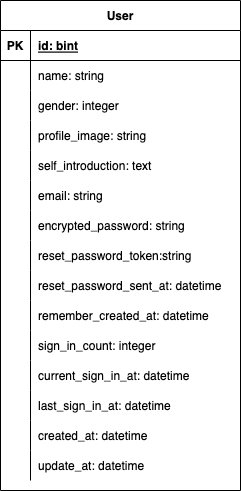
fumtas1k/match_app keeps this draw.io diagram as RD/ER.png. Above is the earlier version. Source tidied: cells renumbered, new cells last; positions are measured from the earlier drawing's top-left corner, leaving out a move shared by most shapes. Source of this version:
```xml
<mxGraphModel background="#FFFFFF">
  <root>
    <mxCell id="0" />
    <mxCell id="1" parent="0" />
    <mxCell id="2" value="User" style="shape=table;startSize=30;rowLines=0;fontStyle=1;align=center;" parent="1" vertex="1">
      <mxGeometry width="240" height="490" as="geometry" />
    </mxCell>
    <mxCell id="3" style="shape=partialRectangle;fillColor=none;top=0;left=0;bottom=1;right=0;points=[[0,0.5],[1,0.5]];portConstraint=eastwest;" parent="2" vertex="1">
      <mxGeometry y="30" width="240" height="30" as="geometry" />
    </mxCell>
    <mxCell id="4" value="PK" style="shape=partialRectangle;fillColor=none;top=0;left=0;bottom=0;right=0;fontStyle=1;overflow=hidden;" parent="3" vertex="1">
      <mxGeometry width="30" height="30" as="geometry" />
    </mxCell>
    <mxCell id="5" value="id: bint" style="shape=partialRectangle;fillColor=none;top=0;left=0;bottom=0;right=0;align=left;spacingLeft=6;fontStyle=5;overflow=hidden;" parent="3" vertex="1">
      <mxGeometry x="30" width="210" height="30" as="geometry" />
    </mxCell>
    <mxCell id="6" style="shape=partialRectangle;fillColor=none;top=0;left=0;bottom=0;right=0;" parent="2" vertex="1">
      <mxGeometry y="60" width="240" height="30" as="geometry" />
    </mxCell>
    <mxCell id="7" style="shape=partialRectangle;fillColor=none;top=0;left=0;bottom=0;right=0;overflow=hidden;" parent="6" vertex="1">
      <mxGeometry width="30" height="30" as="geometry" />
    </mxCell>
    <mxCell id="8" value="name: string" style="shape=partialRectangle;fillColor=none;top=0;left=0;bottom=0;right=0;align=left;spacingLeft=6;overflow=hidden;" parent="6" vertex="1">
      <mxGeometry x="30" width="210" height="30" as="geometry" />
    </mxCell>
    <mxCell id="9" style="shape=partialRectangle;fillColor=none;top=0;left=0;bottom=0;right=0;" parent="2" vertex="1">
      <mxGeometry y="90" width="240" height="30" as="geometry" />
    </mxCell>
    <mxCell id="10" style="shape=partialRectangle;fillColor=none;top=0;left=0;bottom=0;right=0;overflow=hidden;" parent="9" vertex="1">
      <mxGeometry width="30" height="30" as="geometry" />
    </mxCell>
    <mxCell id="11" value="gender: integer" style="shape=partialRectangle;fillColor=none;top=0;left=0;bottom=0;right=0;align=left;spacingLeft=6;overflow=hidden;" parent="9" vertex="1">
      <mxGeometry x="30" width="210" height="30" as="geometry" />
    </mxCell>
    <mxCell id="12" style="shape=partialRectangle;fillColor=none;top=0;left=0;bottom=0;right=0;" parent="2" vertex="1">
      <mxGeometry y="120" width="240" height="30" as="geometry" />
    </mxCell>
    <mxCell id="13" style="shape=partialRectangle;fillColor=none;top=0;left=0;bottom=0;right=0;overflow=hidden;" parent="12" vertex="1">
      <mxGeometry width="30" height="30" as="geometry" />
    </mxCell>
    <mxCell id="14" value="profile_image: string" style="shape=partialRectangle;fillColor=none;top=0;left=0;bottom=0;right=0;align=left;spacingLeft=6;overflow=hidden;" parent="12" vertex="1">
      <mxGeometry x="30" width="210" height="30" as="geometry" />
    </mxCell>
    <mxCell id="15" style="shape=partialRectangle;fillColor=none;top=0;left=0;bottom=0;right=0;" parent="2" vertex="1">
      <mxGeometry y="150" width="240" height="30" as="geometry" />
    </mxCell>
    <mxCell id="16" style="shape=partialRectangle;fillColor=none;top=0;left=0;bottom=0;right=0;overflow=hidden;" parent="15" vertex="1">
      <mxGeometry width="30" height="30" as="geometry" />
    </mxCell>
    <mxCell id="17" value="self_introduction: text" style="shape=partialRectangle;fillColor=none;top=0;left=0;bottom=0;right=0;align=left;spacingLeft=6;overflow=hidden;" parent="15" vertex="1">
      <mxGeometry x="30" width="210" height="30" as="geometry" />
    </mxCell>
    <mxCell id="18" style="shape=partialRectangle;fillColor=none;top=0;left=0;bottom=0;right=0;" parent="2" vertex="1">
      <mxGeometry y="180" width="240" height="30" as="geometry" />
    </mxCell>
    <mxCell id="19" style="shape=partialRectangle;fillColor=none;top=0;left=0;bottom=0;right=0;overflow=hidden;" parent="18" vertex="1">
      <mxGeometry width="30" height="30" as="geometry" />
    </mxCell>
    <mxCell id="20" value="email: string" style="shape=partialRectangle;fillColor=none;top=0;left=0;bottom=0;right=0;align=left;spacingLeft=6;overflow=hidden;" parent="18" vertex="1">
      <mxGeometry x="30" width="210" height="30" as="geometry" />
    </mxCell>
    <mxCell id="21" style="shape=partialRectangle;fillColor=none;top=0;left=0;bottom=0;right=0;" parent="2" vertex="1">
      <mxGeometry y="210" width="240" height="30" as="geometry" />
    </mxCell>
    <mxCell id="22" style="shape=partialRectangle;fillColor=none;top=0;left=0;bottom=0;right=0;overflow=hidden;" parent="21" vertex="1">
      <mxGeometry width="30" height="30" as="geometry" />
    </mxCell>
    <mxCell id="23" value="encrypted_password: string" style="shape=partialRectangle;fillColor=none;top=0;left=0;bottom=0;right=0;align=left;spacingLeft=6;overflow=hidden;" parent="21" vertex="1">
      <mxGeometry x="30" width="210" height="30" as="geometry" />
    </mxCell>
    <mxCell id="24" style="shape=partialRectangle;fillColor=none;top=0;left=0;bottom=0;right=0;" parent="2" vertex="1">
      <mxGeometry y="240" width="240" height="30" as="geometry" />
    </mxCell>
    <mxCell id="25" style="shape=partialRectangle;fillColor=none;top=0;left=0;bottom=0;right=0;overflow=hidden;" parent="24" vertex="1">
      <mxGeometry width="30" height="30" as="geometry" />
    </mxCell>
    <mxCell id="26" value="reset_password_token:string" style="shape=partialRectangle;fillColor=none;top=0;left=0;bottom=0;right=0;align=left;spacingLeft=6;overflow=hidden;" parent="24" vertex="1">
      <mxGeometry x="30" width="210" height="30" as="geometry" />
    </mxCell>
    <mxCell id="27" style="shape=partialRectangle;fillColor=none;top=0;left=0;bottom=0;right=0;" parent="2" vertex="1">
      <mxGeometry y="270" width="240" height="30" as="geometry" />
    </mxCell>
    <mxCell id="28" style="shape=partialRectangle;fillColor=none;top=0;left=0;bottom=0;right=0;overflow=hidden;" parent="27" vertex="1">
      <mxGeometry width="30" height="30" as="geometry" />
    </mxCell>
    <mxCell id="29" value="reset_password_sent_at: datetime" style="shape=partialRectangle;fillColor=none;top=0;left=0;bottom=0;right=0;align=left;spacingLeft=6;overflow=hidden;" parent="27" vertex="1">
      <mxGeometry x="30" width="210" height="30" as="geometry" />
    </mxCell>
    <mxCell id="30" style="shape=partialRectangle;fillColor=none;top=0;left=0;bottom=0;right=0;" parent="2" vertex="1">
      <mxGeometry y="300" width="240" height="30" as="geometry" />
    </mxCell>
    <mxCell id="31" style="shape=partialRectangle;fillColor=none;top=0;left=0;bottom=0;right=0;overflow=hidden;" parent="30" vertex="1">
      <mxGeometry width="30" height="30" as="geometry" />
    </mxCell>
    <mxCell id="32" value="remember_created_at: datetime" style="shape=partialRectangle;fillColor=none;top=0;left=0;bottom=0;right=0;align=left;spacingLeft=6;overflow=hidden;" parent="30" vertex="1">
      <mxGeometry x="30" width="210" height="30" as="geometry" />
    </mxCell>
    <mxCell id="33" style="shape=partialRectangle;fillColor=none;top=0;left=0;bottom=0;right=0;" parent="2" vertex="1">
      <mxGeometry y="330" width="240" height="30" as="geometry" />
    </mxCell>
    <mxCell id="34" style="shape=partialRectangle;fillColor=none;top=0;left=0;bottom=0;right=0;overflow=hidden;" parent="33" vertex="1">
      <mxGeometry width="30" height="30" as="geometry" />
    </mxCell>
    <mxCell id="35" value="sign_in_count: integer" style="shape=partialRectangle;fillColor=none;top=0;left=0;bottom=0;right=0;align=left;spacingLeft=6;overflow=hidden;" parent="33" vertex="1">
      <mxGeometry x="30" width="210" height="30" as="geometry" />
    </mxCell>
    <mxCell id="36" style="shape=partialRectangle;fillColor=none;top=0;left=0;bottom=0;right=0;" parent="2" vertex="1">
      <mxGeometry y="360" width="240" height="30" as="geometry" />
    </mxCell>
    <mxCell id="37" style="shape=partialRectangle;fillColor=none;top=0;left=0;bottom=0;right=0;overflow=hidden;" parent="36" vertex="1">
      <mxGeometry width="30" height="30" as="geometry" />
    </mxCell>
    <mxCell id="38" value="current_sign_in_at: datetime" style="shape=partialRectangle;fillColor=none;top=0;left=0;bottom=0;right=0;align=left;spacingLeft=6;overflow=hidden;" parent="36" vertex="1">
      <mxGeometry x="30" width="210" height="30" as="geometry" />
    </mxCell>
    <mxCell id="39" style="shape=partialRectangle;fillColor=none;top=0;left=0;bottom=0;right=0;" parent="2" vertex="1">
      <mxGeometry y="390" width="240" height="30" as="geometry" />
    </mxCell>
    <mxCell id="40" style="shape=partialRectangle;fillColor=none;top=0;left=0;bottom=0;right=0;overflow=hidden;" parent="39" vertex="1">
      <mxGeometry width="30" height="30" as="geometry" />
    </mxCell>
    <mxCell id="41" value="last_sign_in_at: datetime" style="shape=partialRectangle;fillColor=none;top=0;left=0;bottom=0;right=0;align=left;spacingLeft=6;overflow=hidden;" parent="39" vertex="1">
      <mxGeometry x="30" width="210" height="30" as="geometry" />
    </mxCell>
    <mxCell id="42" style="shape=partialRectangle;fillColor=none;top=0;left=0;bottom=0;right=0;" parent="2" vertex="1">
      <mxGeometry y="420" width="240" height="30" as="geometry" />
    </mxCell>
    <mxCell id="43" style="shape=partialRectangle;fillColor=none;top=0;left=0;bottom=0;right=0;overflow=hidden;" parent="42" vertex="1">
      <mxGeometry width="30" height="30" as="geometry" />
    </mxCell>
    <mxCell id="44" value="created_at: datetime" style="shape=partialRectangle;fillColor=none;top=0;left=0;bottom=0;right=0;align=left;spacingLeft=6;overflow=hidden;" parent="42" vertex="1">
      <mxGeometry x="30" width="210" height="30" as="geometry" />
    </mxCell>
    <mxCell id="45" style="shape=partialRectangle;fillColor=none;top=0;left=0;bottom=0;right=0;" parent="2" vertex="1">
      <mxGeometry y="450" width="240" height="30" as="geometry" />
    </mxCell>
    <mxCell id="46" style="shape=partialRectangle;fillColor=none;top=0;left=0;bottom=0;right=0;overflow=hidden;" parent="45" vertex="1">
      <mxGeometry width="30" height="30" as="geometry" />
    </mxCell>
    <mxCell id="47" value="update_at: datetime" style="shape=partialRectangle;fillColor=none;top=0;left=0;bottom=0;right=0;align=left;spacingLeft=6;overflow=hidden;" parent="45" vertex="1">
      <mxGeometry x="30" width="210" height="30" as="geometry" />
    </mxCell>
  </root>
</mxGraphModel>
```
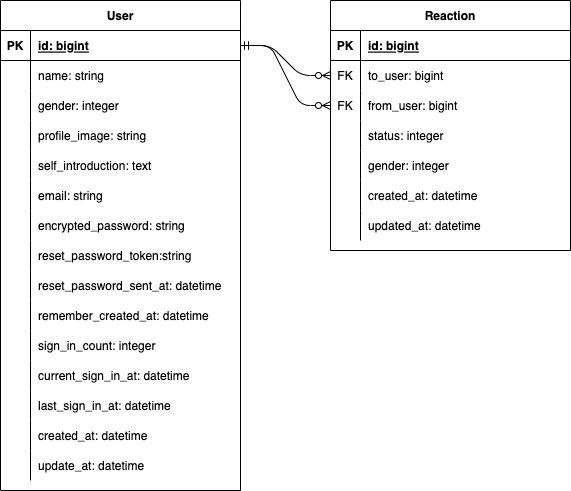
The same file after the commit.

Commit message:
add:reactionモデル追加

What changed in the source:
```diff
@@ -11,7 +11,7 @@
     <mxCell id="4" value="PK" style="shape=partialRectangle;fillColor=none;top=0;left=0;bottom=0;right=0;fontStyle=1;overflow=hidden;" parent="3" vertex="1">
       <mxGeometry width="30" height="30" as="geometry" />
     </mxCell>
-    <mxCell id="5" value="id: bint" style="shape=partialRectangle;fillColor=none;top=0;left=0;bottom=0;right=0;align=left;spacingLeft=6;fontStyle=5;overflow=hidden;" parent="3" vertex="1">
+    <mxCell id="5" value="id: bigint" style="shape=partialRectangle;fillColor=none;top=0;left=0;bottom=0;right=0;align=left;spacingLeft=6;fontStyle=5;overflow=hidden;" parent="3" vertex="1">
       <mxGeometry x="30" width="210" height="30" as="geometry" />
     </mxCell>
     <mxCell id="6" style="shape=partialRectangle;fillColor=none;top=0;left=0;bottom=0;right=0;" parent="2" vertex="1">
@@ -140,5 +140,77 @@
     <mxCell id="47" value="update_at: datetime" style="shape=partialRectangle;fillColor=none;top=0;left=0;bottom=0;right=0;align=left;spacingLeft=6;overflow=hidden;" parent="45" vertex="1">
       <mxGeometry x="30" width="210" height="30" as="geometry" />
     </mxCell>
+    <mxCell id="48" value="Reaction" style="shape=table;startSize=30;rowLines=0;fontStyle=1;align=center;" parent="1" vertex="1">
+      <mxGeometry x="330" width="240" height="250" as="geometry" />
+    </mxCell>
+    <mxCell id="49" style="shape=partialRectangle;fillColor=none;top=0;left=0;bottom=1;right=0;" parent="48" vertex="1">
+      <mxGeometry y="30" width="240" height="30" as="geometry" />
+    </mxCell>
+    <mxCell id="50" value="PK" style="shape=partialRectangle;fillColor=none;top=0;left=0;bottom=0;right=0;fontStyle=1;overflow=hidden;" parent="49" vertex="1">
+      <mxGeometry width="30" height="30" as="geometry" />
+    </mxCell>
+    <mxCell id="51" value="id: bigint" style="shape=partialRectangle;fillColor=none;top=0;left=0;bottom=0;right=0;align=left;spacingLeft=6;fontStyle=5;overflow=hidden;" parent="49" vertex="1">
+      <mxGeometry x="30" width="210" height="30" as="geometry" />
+    </mxCell>
+    <mxCell id="52" style="shape=partialRectangle;fillColor=none;top=0;left=0;bottom=0;right=0;points=[[0,0.5],[1,0.5]];portConstraint=eastwest;" parent="48" vertex="1">
+      <mxGeometry y="60" width="240" height="30" as="geometry" />
+    </mxCell>
+    <mxCell id="53" value="FK" style="shape=partialRectangle;fillColor=none;top=0;left=0;bottom=0;right=0;fontStyle=0;overflow=hidden;" parent="52" vertex="1">
+      <mxGeometry width="30" height="30" as="geometry" />
+    </mxCell>
+    <mxCell id="54" value="to_user: bigint" style="shape=partialRectangle;fillColor=none;top=0;left=0;bottom=0;right=0;align=left;spacingLeft=6;fontStyle=0;overflow=hidden;" parent="52" vertex="1">
+      <mxGeometry x="30" width="210" height="30" as="geometry" />
+    </mxCell>
+    <mxCell id="55" style="shape=partialRectangle;fillColor=none;top=0;left=0;bottom=0;right=0;points=[[0,0.5],[1,0.5]];portConstraint=eastwest;" parent="48" vertex="1">
+      <mxGeometry y="90" width="240" height="30" as="geometry" />
+    </mxCell>
+    <mxCell id="56" value="FK" style="shape=partialRectangle;fillColor=none;top=0;left=0;bottom=0;right=0;fontStyle=0;overflow=hidden;" parent="55" vertex="1">
+      <mxGeometry width="30" height="30" as="geometry" />
+    </mxCell>
+    <mxCell id="57" value="from_user: bigint" style="shape=partialRectangle;fillColor=none;top=0;left=0;bottom=0;right=0;align=left;spacingLeft=6;fontStyle=0;overflow=hidden;" parent="55" vertex="1">
+      <mxGeometry x="30" width="210" height="30" as="geometry" />
+    </mxCell>
+    <mxCell id="58" style="shape=partialRectangle;fillColor=none;top=0;left=0;bottom=0;right=0;" parent="48" vertex="1">
+      <mxGeometry y="120" width="240" height="30" as="geometry" />
+    </mxCell>
+    <mxCell id="59" style="shape=partialRectangle;fillColor=none;top=0;left=0;bottom=0;right=0;overflow=hidden;" parent="58" vertex="1">
+      <mxGeometry width="30" height="30" as="geometry" />
+    </mxCell>
+    <mxCell id="60" value="status: integer" style="shape=partialRectangle;fillColor=none;top=0;left=0;bottom=0;right=0;align=left;spacingLeft=6;overflow=hidden;" parent="58" vertex="1">
+      <mxGeometry x="30" width="210" height="30" as="geometry" />
+    </mxCell>
+    <mxCell id="61" style="shape=partialRectangle;fillColor=none;top=0;left=0;bottom=0;right=0;" parent="48" vertex="1">
+      <mxGeometry y="150" width="240" height="30" as="geometry" />
+    </mxCell>
+    <mxCell id="62" style="shape=partialRectangle;fillColor=none;top=0;left=0;bottom=0;right=0;overflow=hidden;" parent="61" vertex="1">
+      <mxGeometry width="30" height="30" as="geometry" />
+    </mxCell>
+    <mxCell id="63" value="gender: integer" style="shape=partialRectangle;fillColor=none;top=0;left=0;bottom=0;right=0;align=left;spacingLeft=6;overflow=hidden;" parent="61" vertex="1">
+      <mxGeometry x="30" width="210" height="30" as="geometry" />
+    </mxCell>
+    <mxCell id="64" style="shape=partialRectangle;fillColor=none;top=0;left=0;bottom=0;right=0;" parent="48" vertex="1">
+      <mxGeometry y="180" width="240" height="30" as="geometry" />
+    </mxCell>
+    <mxCell id="65" style="shape=partialRectangle;fillColor=none;top=0;left=0;bottom=0;right=0;overflow=hidden;" parent="64" vertex="1">
+      <mxGeometry width="30" height="30" as="geometry" />
+    </mxCell>
+    <mxCell id="66" value="created_at: datetime" style="shape=partialRectangle;fillColor=none;top=0;left=0;bottom=0;right=0;align=left;spacingLeft=6;overflow=hidden;" parent="64" vertex="1">
+      <mxGeometry x="30" width="210" height="30" as="geometry" />
+    </mxCell>
+    <mxCell id="67" style="shape=partialRectangle;fillColor=none;top=0;left=0;bottom=0;right=0;" parent="48" vertex="1">
+      <mxGeometry y="210" width="240" height="30" as="geometry" />
+    </mxCell>
+    <mxCell id="68" style="shape=partialRectangle;fillColor=none;top=0;left=0;bottom=0;right=0;overflow=hidden;" parent="67" vertex="1">
+      <mxGeometry width="30" height="30" as="geometry" />
+    </mxCell>
+    <mxCell id="69" value="updated_at: datetime" style="shape=partialRectangle;fillColor=none;top=0;left=0;bottom=0;right=0;align=left;spacingLeft=6;overflow=hidden;" parent="67" vertex="1">
+      <mxGeometry x="30" width="210" height="30" as="geometry" />
+    </mxCell>
+    <mxCell id="70" style="edgeStyle=entityRelationEdgeStyle;fontSize=12;html=1;endArrow=ERzeroToMany;startArrow=ERmandOne;exitX=1;exitY=0.5;exitDx=0;exitDy=0;entryX=0;entryY=0.5;entryDx=0;entryDy=0;" parent="1" edge="1" source="3" target="52">
+      <mxGeometry relative="1" as="geometry" />
+    </mxCell>
+    <mxCell id="71" style="edgeStyle=entityRelationEdgeStyle;fontSize=12;html=1;endArrow=ERzeroToMany;startArrow=ERmandOne;exitX=1;exitY=0.5;exitDx=0;exitDy=0;entryX=0;entryY=0.5;entryDx=0;entryDy=0;" parent="1" edge="1" source="3" target="55">
+      <mxGeometry relative="1" as="geometry" />
+    </mxCell>
   </root>
 </mxGraphModel>
```
